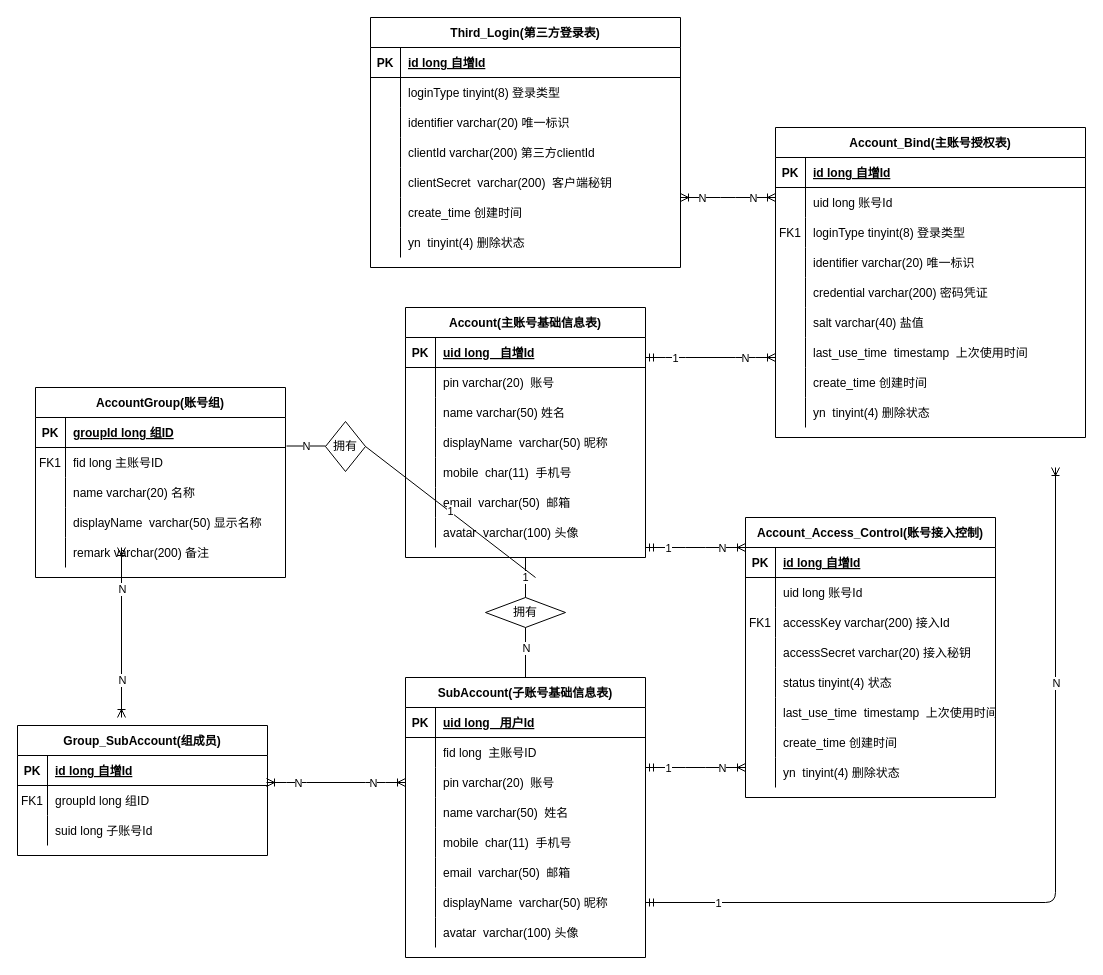
Above: Untitled Diagram.drawio in AjaxXu/Diagram (draw.io), before the change. Source tidied: cells renumbered, new cells numbered last; positions are measured from the earlier drawing's top-left corner, leaving out a move shared by most shapes. Both pictures are drawn from the tidied source at 100%, with x=0, y=0 at pixel (17, 17).
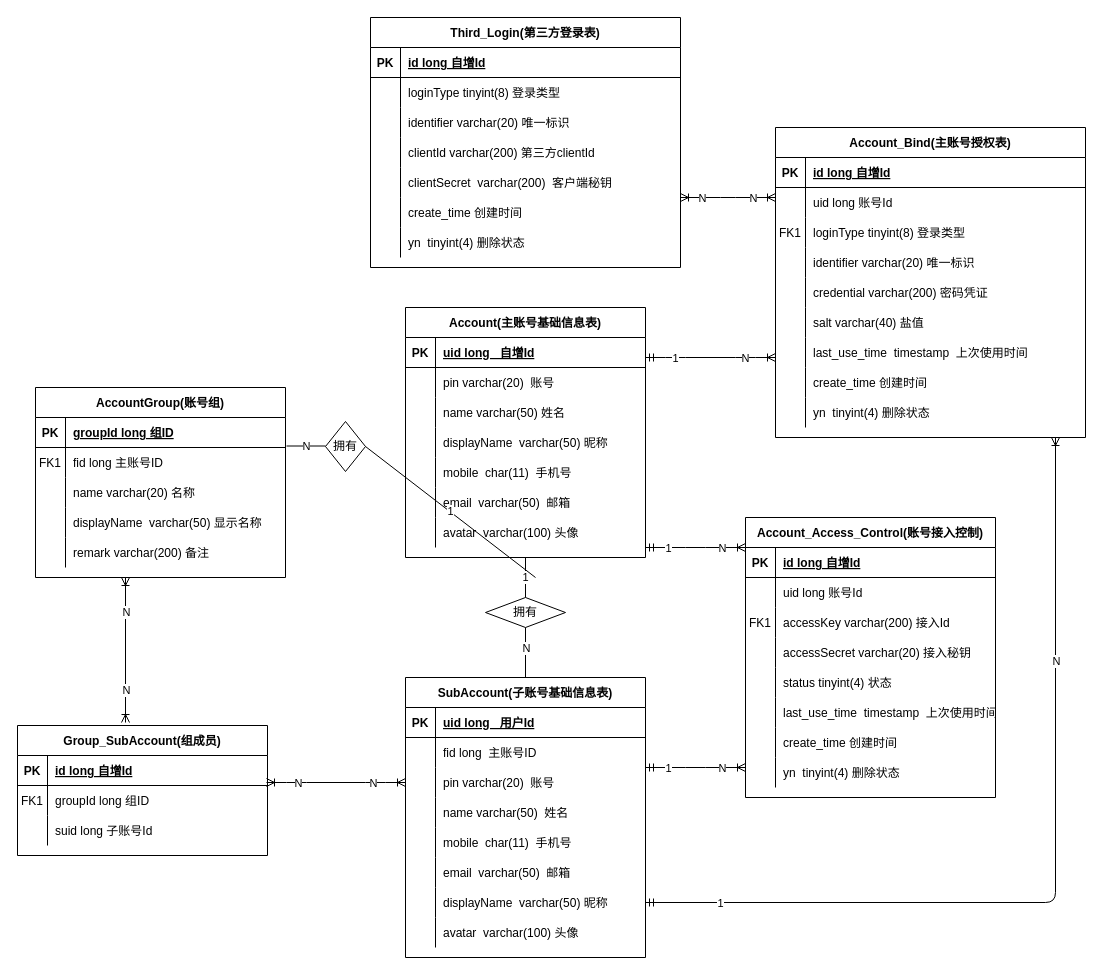
The same diagram, later.

The change refers to these unchanged cells:
```xml
<mxCell id="61" style="shape=partialRectangle;fillColor=none;points=[[0,0.5],[1,0.5]];portConstraint=eastwest;top=0;left=0;right=0;bottom=0;" parent="42" vertex="1">
  <mxGeometry y="210" width="240" height="30" as="geometry" />
</mxCell>
<mxCell id="72" value="Group_SubAccount(组成员)" style="shape=table;startSize=30;childLayout=tableLayout;rowLines=0;fontStyle=1;align=center;" parent="1" vertex="1">
  <mxGeometry y="708" width="250" height="130" as="geometry" />
</mxCell>
```

Change to the diagram source:
```diff
@@
-    <mxCell id="85" style="edgeStyle=orthogonalEdgeStyle;fontSize=12;html=1;endArrow=ERoneToMany;startArrow=ERoneToMany;" parent="1" edge="1">
+    <mxCell id="85" style="edgeStyle=orthogonalEdgeStyle;fontSize=12;html=1;endArrow=ERoneToMany;startArrow=ERoneToMany;exitX=0.432;exitY=-0.023;exitDx=0;exitDy=0;exitPerimeter=0;" parent="1" edge="1" source="72">
       <mxGeometry relative="1" as="geometry">
-        <mxPoint x="104" y="700" as="sourcePoint" />
-        <mxPoint x="104" y="530" as="targetPoint" />
+        <mxPoint x="108" y="560" as="targetPoint" />
       </mxGeometry>
     </mxCell>
@@
     <mxCell id="150" style="edgeStyle=elbowEdgeStyle;fontSize=12;html=1;endArrow=ERoneToMany;startArrow=ERmandOne;elbow=vertical;exitX=1;exitY=0.5;exitDx=0;exitDy=0;" parent="1" edge="1" source="61">
       <mxGeometry relative="1" as="geometry">
-        <mxPoint x="1038" y="450" as="targetPoint" />
+        <mxPoint x="1038" y="420" as="targetPoint" />
         <Array as="points">
           <mxPoint x="848" y="885" />
         </Array>
       </mxGeometry>
     </mxCell>
```
